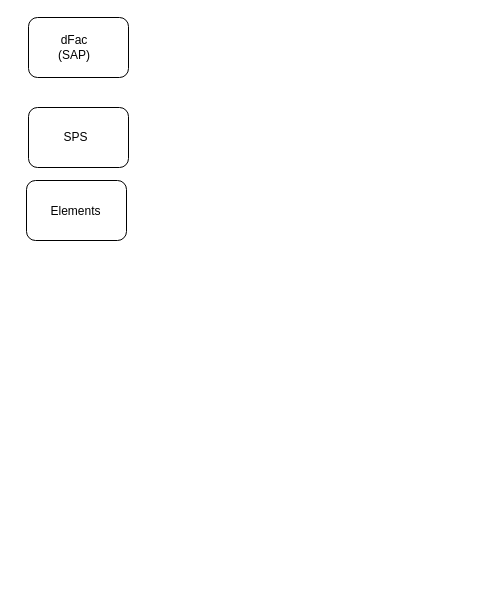
Earlier version of the draw.io diagram Untitled Diagram.drawio (tibbs001/scholars). Source tidied: cells renumbered, new cells numbered last; positions are measured from the earlier drawing's top-left corner, leaving out a move shared by most shapes. Both pictures are drawn from the tidied source at 100%, with x=0, y=0 at pixel (26, 17).
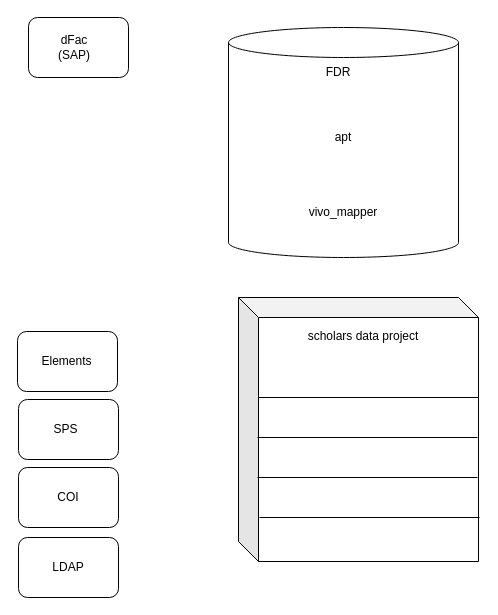
The same page after the edit.

Commit message (it also covers changes not shown here):
scholars architecture - high level.drawio

Change to the diagram source:
```diff
@@
+    <mxCell id="11" style="shape=cube;whiteSpace=wrap;html=1;boundedLbl=1;backgroundOutline=1;darkOpacity=0.05;darkOpacity2=0.1;" parent="1" vertex="1">
+      <mxGeometry x="212" y="280" width="240" height="264" as="geometry" />
+    </mxCell>
@@
     <mxCell id="5" style="group;" parent="1" vertex="1">
-      <mxGeometry x="2" y="90" width="100" height="60" as="geometry" />
+      <mxGeometry x="-8" y="382" width="100" height="60" as="geometry" />
     </mxCell>
@@
     <mxCell id="8" style="group;" parent="1" vertex="1">
-      <mxGeometry x="12" y="100" width="100" height="60" as="geometry" />
+      <mxGeometry x="12" y="104" width="100" height="60" as="geometry" />
     </mxCell>
     <mxCell id="9" style="rounded=1;whiteSpace=wrap;html=1;" parent="8" vertex="1">
-      <mxGeometry x="-12" y="63" width="100" height="60" as="geometry" />
+      <mxGeometry x="-21" y="210" width="100" height="60" as="geometry" />
     </mxCell>
     <mxCell id="10" value="Elements" style="text;html=1;strokeColor=none;fillColor=none;align=center;verticalAlign=middle;whiteSpace=wrap;rounded=0;" parent="1" vertex="1">
-      <mxGeometry x="27" y="187" width="45" height="13" as="geometry" />
+      <mxGeometry x="18" y="337" width="45" height="13" as="geometry" />
     </mxCell>
+    <mxCell id="12" value="COI" style="rounded=1;whiteSpace=wrap;html=1;" parent="1" vertex="1">
+      <mxGeometry x="-8" y="450" width="100" height="60" as="geometry" />
+    </mxCell>
+    <mxCell id="13" value="LDAP" style="rounded=1;whiteSpace=wrap;html=1;" parent="1" vertex="1">
+      <mxGeometry x="-8" y="520" width="100" height="60" as="geometry" />
+    </mxCell>
+    <mxCell id="14" value="scholars data project" style="text;html=1;strokeColor=none;fillColor=none;align=center;verticalAlign=middle;whiteSpace=wrap;rounded=0;" parent="1" vertex="1">
+      <mxGeometry x="252" y="304" width="170" height="30" as="geometry" />
+    </mxCell>
+    <mxCell id="15" style="shape=cylinder3;whiteSpace=wrap;html=1;boundedLbl=1;backgroundOutline=1;size=15;" parent="1" vertex="1">
+      <mxGeometry x="202" y="10" width="230" height="230" as="geometry" />
+    </mxCell>
+    <mxCell id="16" value="&lt;div&gt;FDR&lt;/div&gt;" style="text;html=1;strokeColor=none;fillColor=none;align=center;verticalAlign=middle;whiteSpace=wrap;rounded=0;" parent="1" vertex="1">
+      <mxGeometry x="282" y="40" width="60" height="30" as="geometry" />
+    </mxCell>
+    <mxCell id="17" value="&lt;div&gt;vivo_mapper&lt;/div&gt;&lt;div&gt;&lt;br&gt;&lt;/div&gt;" style="text;html=1;strokeColor=none;fillColor=none;align=center;verticalAlign=middle;whiteSpace=wrap;rounded=0;" parent="1" vertex="1">
+      <mxGeometry x="267" y="187" width="100" height="30" as="geometry" />
+    </mxCell>
+    <mxCell id="18" value="apt" style="text;html=1;strokeColor=none;fillColor=none;align=center;verticalAlign=middle;whiteSpace=wrap;rounded=0;" parent="1" vertex="1">
+      <mxGeometry x="267" y="105" width="100" height="30" as="geometry" />
+    </mxCell>
+    <mxCell id="19" style="endArrow=none;html=1;rounded=0;" parent="1" edge="1">
+      <mxGeometry relative="1" as="geometry">
+        <mxPoint x="232" y="380" as="sourcePoint" />
+        <mxPoint x="452" y="380" as="targetPoint" />
+      </mxGeometry>
+    </mxCell>
+    <mxCell id="20" style="endArrow=none;html=1;rounded=0;" parent="1" edge="1">
+      <mxGeometry relative="1" as="geometry">
+        <mxPoint x="231" y="420" as="sourcePoint" />
+        <mxPoint x="451" y="420" as="targetPoint" />
+      </mxGeometry>
+    </mxCell>
+    <mxCell id="21" style="endArrow=none;html=1;rounded=0;" parent="1" edge="1">
+      <mxGeometry relative="1" as="geometry">
+        <mxPoint x="231" y="460" as="sourcePoint" />
+        <mxPoint x="451" y="460" as="targetPoint" />
+      </mxGeometry>
+    </mxCell>
+    <mxCell id="22" style="endArrow=none;html=1;rounded=0;" parent="1" edge="1">
+      <mxGeometry relative="1" as="geometry">
+        <mxPoint x="233" y="500" as="sourcePoint" />
+        <mxPoint x="453" y="500" as="targetPoint" />
+      </mxGeometry>
+    </mxCell>
```
